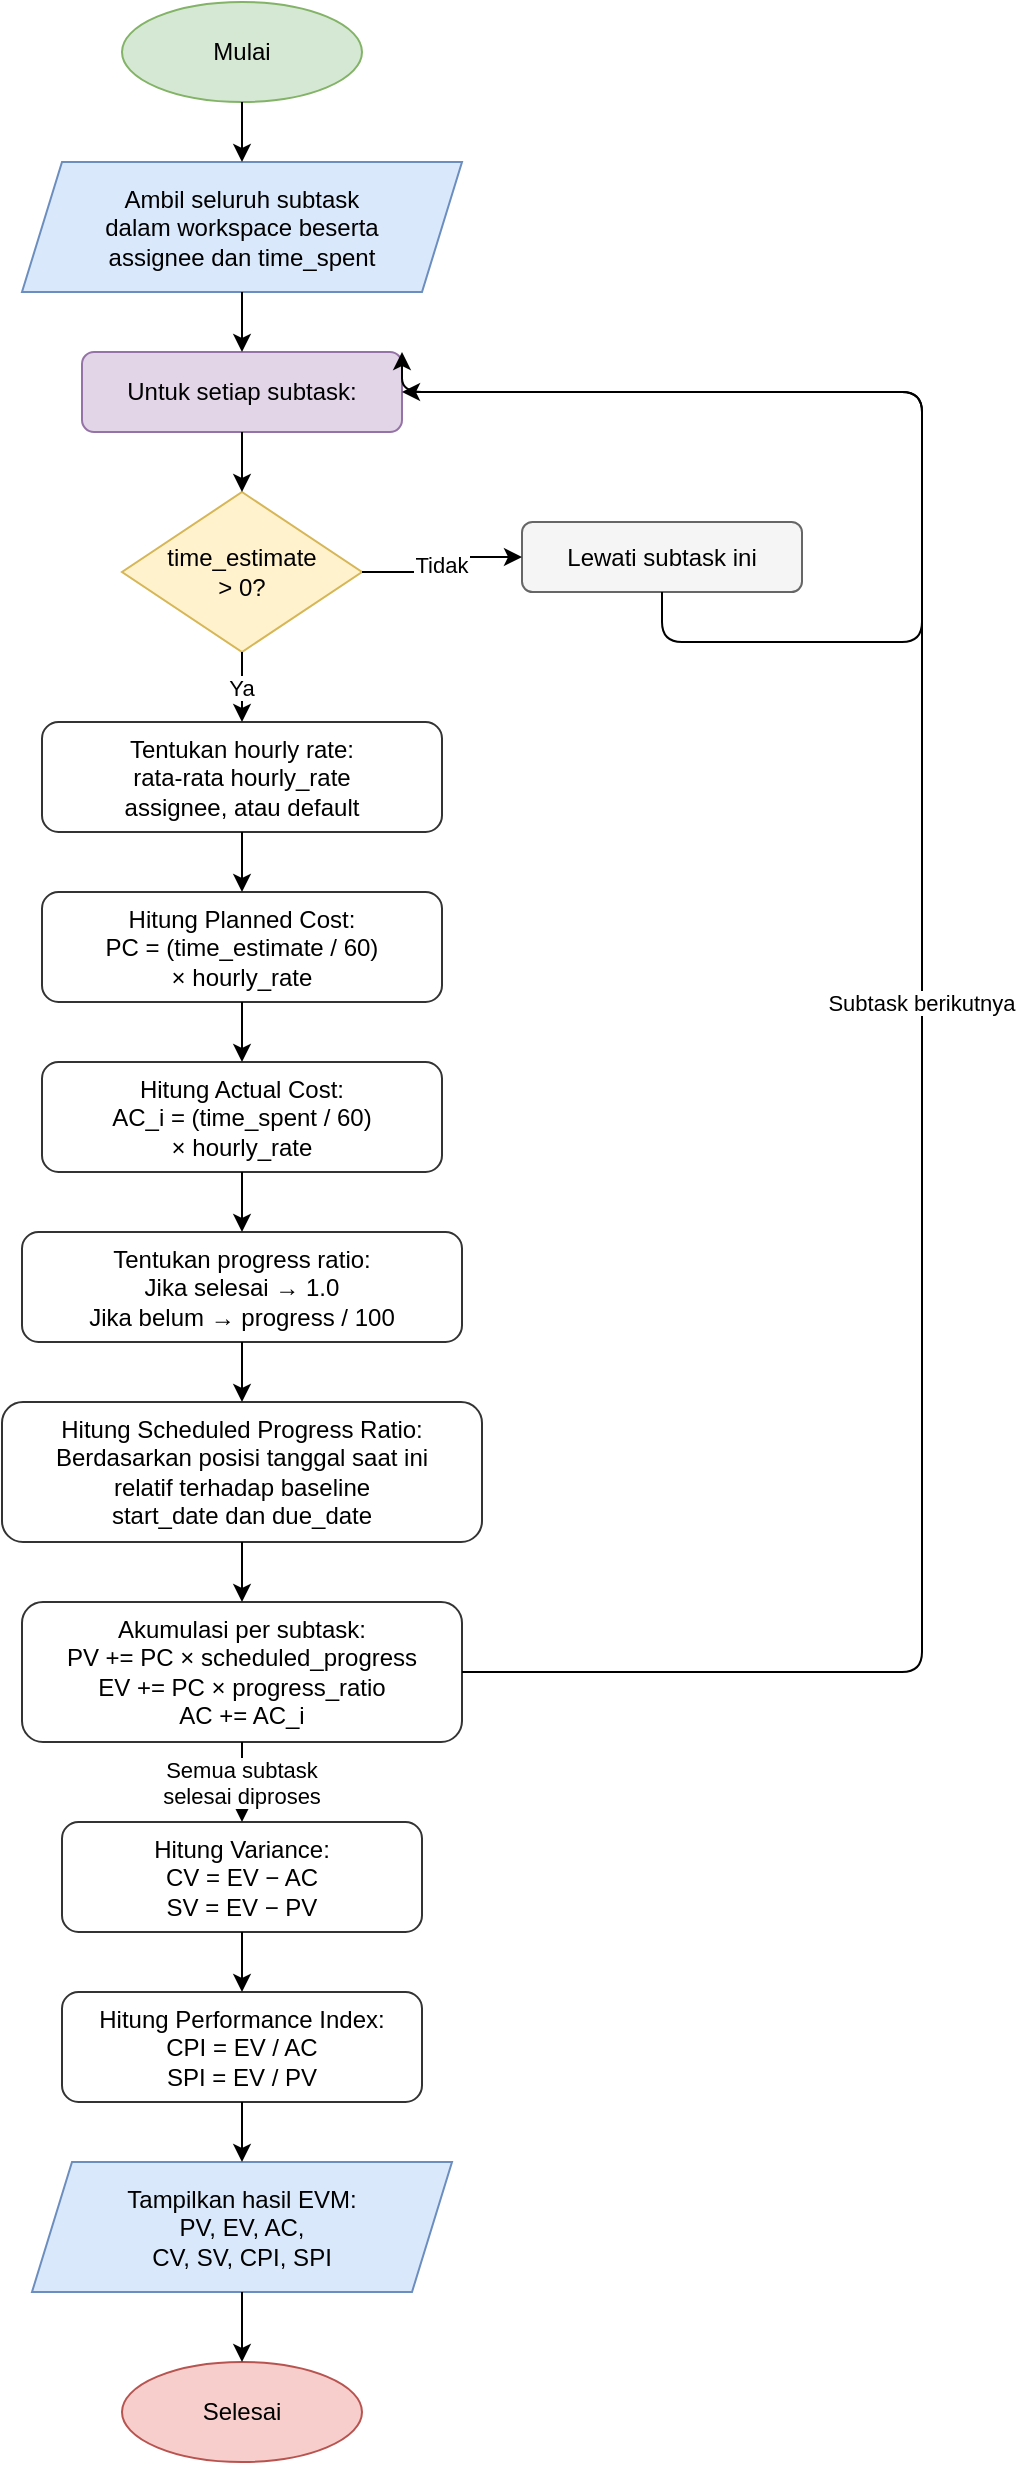
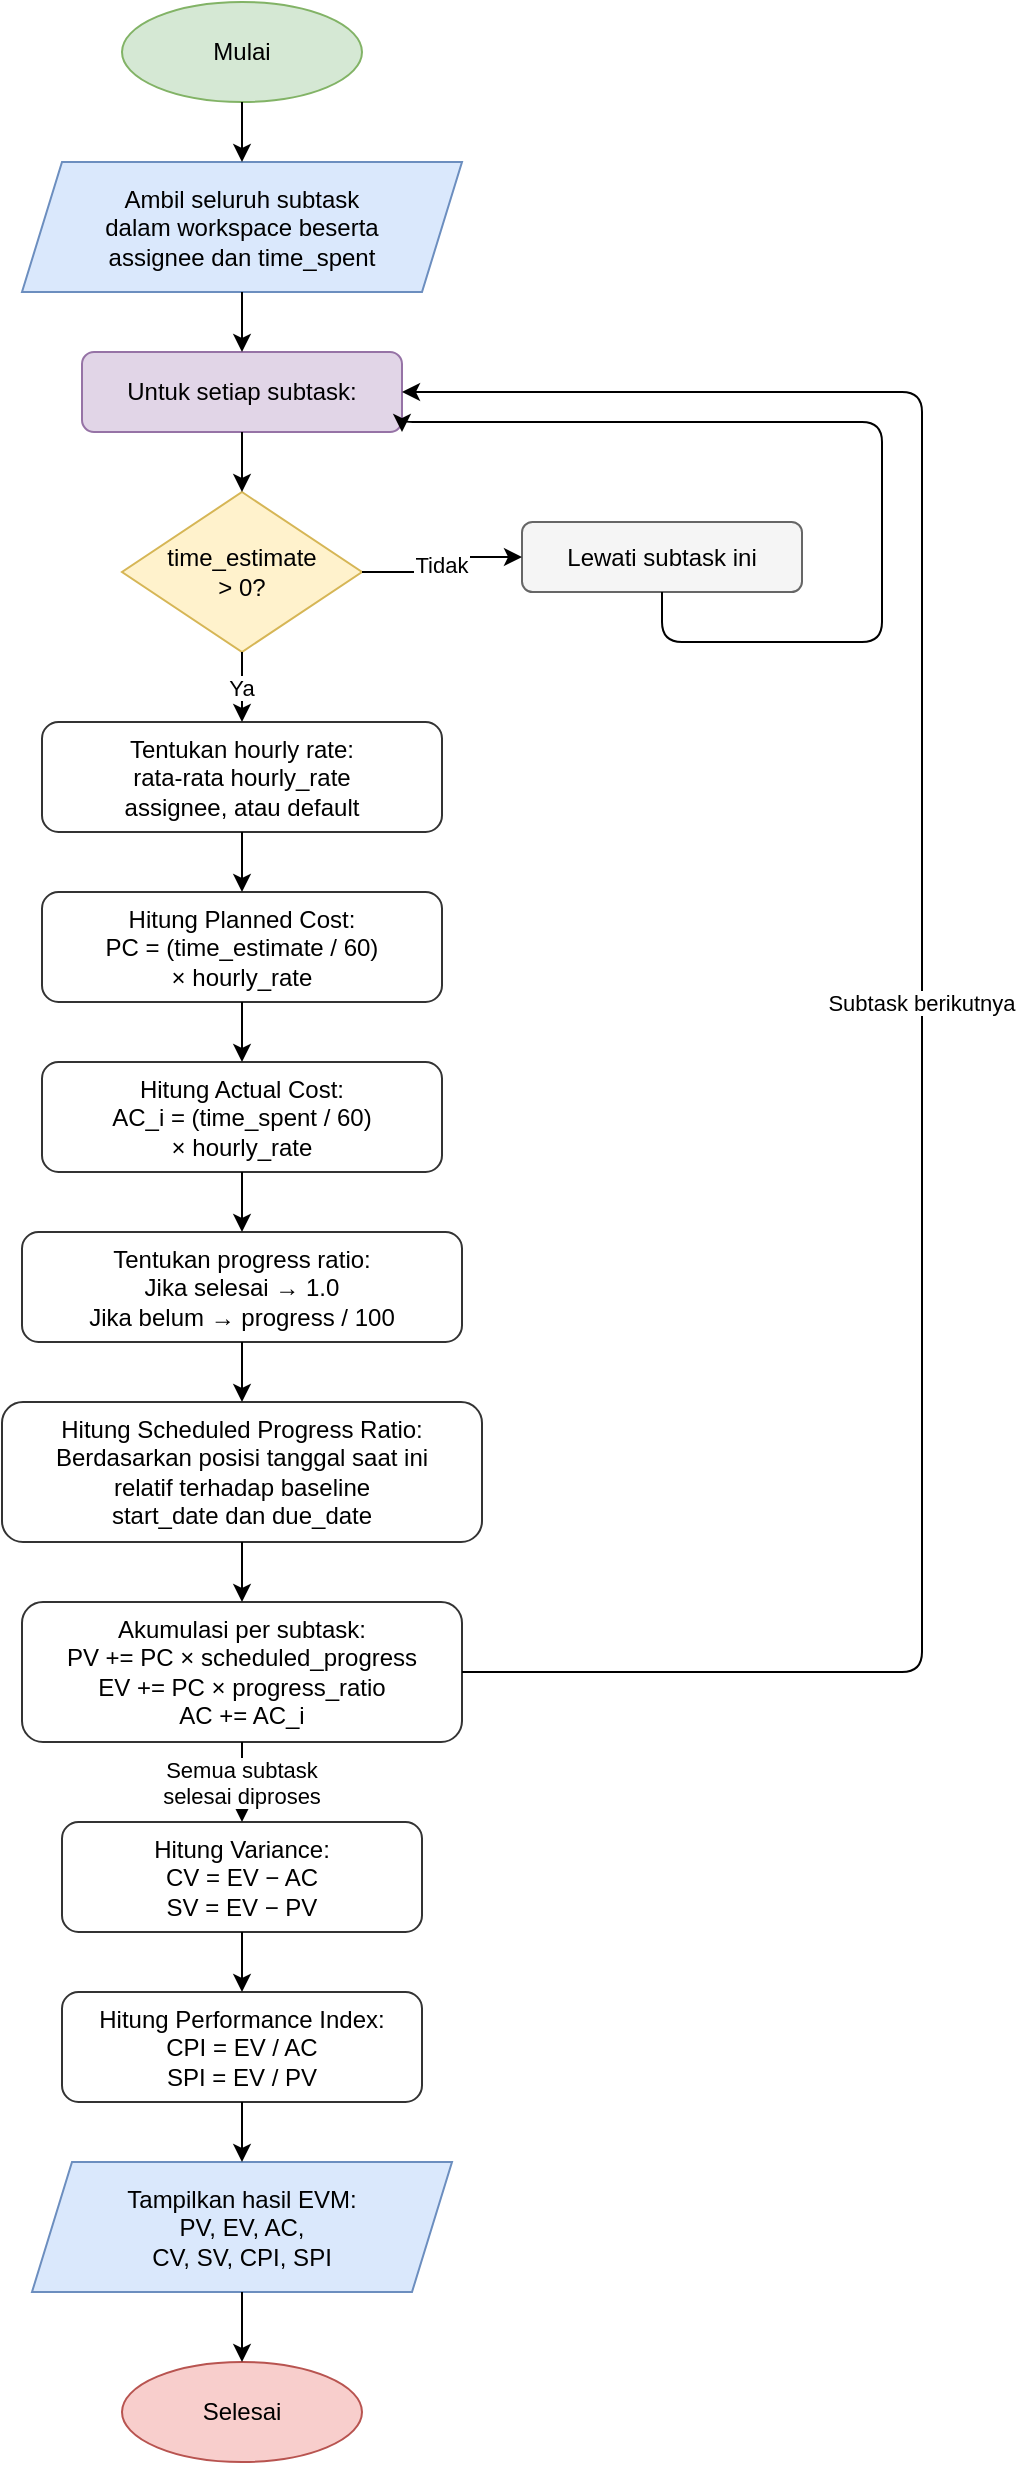
- <mxfile host="app.diagrams.net" modified="2026-05-30T00:00:00.000Z" agent="Kiro" version="24.0.0">
+ <mxfile host="app.diagrams.net" agent="Kiro">
  <diagram id="evm-flowchart" name="Earned Value Management">
-     <mxGraphModel dx="1200" dy="1800" grid="1" gridSize="10" guides="1" tooltips="1" connect="1" arrows="1" fold="1" page="1" pageScale="1" pageWidth="800" pageHeight="1600" math="0" shadow="0">
+     <mxGraphModel dx="1717" dy="1217" grid="0" gridSize="10" guides="1" tooltips="1" connect="1" arrows="1" fold="1" page="1" pageScale="1" pageWidth="800" pageHeight="1600" math="0" shadow="0">
      <root>
        <mxCell id="0" />
        <mxCell id="1" parent="0" />
- 
-         <!-- START -->
-         <mxCell id="s1" value="Mulai" style="ellipse;whiteSpace=wrap;html=1;fillColor=#d5e8d4;strokeColor=#82b366;" vertex="1" parent="1">
-           <mxGeometry x="300" y="20" width="120" height="50" as="geometry" />
+         <mxCell id="s1" parent="1" style="ellipse;whiteSpace=wrap;html=1;fillColor=#d5e8d4;strokeColor=#82b366;" value="Mulai" vertex="1">
+           <mxGeometry height="50" width="120" x="300" y="20" as="geometry" />
        </mxCell>
- 
-         <!-- Input -->
-         <mxCell id="p1" value="Ambil seluruh subtask&#xa;dalam workspace beserta&#xa;assignee dan time_spent" style="shape=parallelogram;perimeter=parallelogramPerimeter;whiteSpace=wrap;html=1;fixedSize=1;fillColor=#dae8fc;strokeColor=#6c8ebf;" vertex="1" parent="1">
-           <mxGeometry x="250" y="100" width="220" height="65" as="geometry" />
+         <mxCell id="p1" parent="1" style="shape=parallelogram;perimeter=parallelogramPerimeter;whiteSpace=wrap;html=1;fixedSize=1;fillColor=#dae8fc;strokeColor=#6c8ebf;" value="Ambil seluruh subtask&#xa;dalam workspace beserta&#xa;assignee dan time_spent" vertex="1">
+           <mxGeometry height="65" width="220" x="250" y="100" as="geometry" />
        </mxCell>
-         <mxCell id="e1" style="edgeStyle=orthogonalEdgeStyle;" edge="1" source="s1" target="p1" parent="1"><mxGeometry relative="1" as="geometry" /></mxCell>
- 
-         <!-- Loop start -->
-         <mxCell id="p_loop" value="Untuk setiap subtask:" style="rounded=1;whiteSpace=wrap;html=1;fillColor=#e1d5e7;strokeColor=#9673a6;" vertex="1" parent="1">
-           <mxGeometry x="280" y="195" width="160" height="40" as="geometry" />
+         <mxCell id="e1" edge="1" parent="1" source="s1" style="edgeStyle=orthogonalEdgeStyle;" target="p1">
+           <mxGeometry relative="1" as="geometry" />
        </mxCell>
-         <mxCell id="e2" style="edgeStyle=orthogonalEdgeStyle;" edge="1" source="p1" target="p_loop" parent="1"><mxGeometry relative="1" as="geometry" /></mxCell>
- 
-         <!-- Decision: has estimate? -->
-         <mxCell id="d1" value="time_estimate&#xa;&gt; 0?" style="rhombus;whiteSpace=wrap;html=1;fillColor=#fff2cc;strokeColor=#d6b656;" vertex="1" parent="1">
-           <mxGeometry x="300" y="265" width="120" height="80" as="geometry" />
+         <mxCell id="p_loop" parent="1" style="rounded=1;whiteSpace=wrap;html=1;fillColor=#e1d5e7;strokeColor=#9673a6;" value="Untuk setiap subtask:" vertex="1">
+           <mxGeometry height="40" width="160" x="280" y="195" as="geometry" />
        </mxCell>
-         <mxCell id="e3" style="edgeStyle=orthogonalEdgeStyle;" edge="1" source="p_loop" target="d1" parent="1"><mxGeometry relative="1" as="geometry" /></mxCell>
- 
-         <!-- Skip -->
-         <mxCell id="p_skip" value="Lewati subtask ini" style="rounded=1;whiteSpace=wrap;html=1;fillColor=#f5f5f5;strokeColor=#666666;" vertex="1" parent="1">
-           <mxGeometry x="500" y="280" width="140" height="35" as="geometry" />
+         <mxCell id="e2" edge="1" parent="1" source="p1" style="edgeStyle=orthogonalEdgeStyle;" target="p_loop">
+           <mxGeometry relative="1" as="geometry" />
        </mxCell>
-         <mxCell id="e4" value="Tidak" style="edgeStyle=orthogonalEdgeStyle;" edge="1" source="d1" target="p_skip" parent="1"><mxGeometry relative="1" as="geometry" /></mxCell>
- 
-         <!-- Hourly rate -->
-         <mxCell id="p2" value="Tentukan hourly rate:&#xa;rata-rata hourly_rate&#xa;assignee, atau default" style="rounded=1;whiteSpace=wrap;html=1;fillColor=#FFFFFF;strokeColor=#333333;" vertex="1" parent="1">
-           <mxGeometry x="260" y="380" width="200" height="55" as="geometry" />
+         <mxCell id="d1" parent="1" style="rhombus;whiteSpace=wrap;html=1;fillColor=#fff2cc;strokeColor=#d6b656;" value="time_estimate&#xa;&gt; 0?" vertex="1">
+           <mxGeometry height="80" width="120" x="300" y="265" as="geometry" />
        </mxCell>
-         <mxCell id="e5" value="Ya" style="edgeStyle=orthogonalEdgeStyle;" edge="1" source="d1" target="p2" parent="1"><mxGeometry relative="1" as="geometry" /></mxCell>
- 
-         <!-- Planned Cost -->
-         <mxCell id="p3" value="Hitung Planned Cost:&#xa;PC = (time_estimate / 60)&#xa;× hourly_rate" style="rounded=1;whiteSpace=wrap;html=1;fillColor=#FFFFFF;strokeColor=#333333;" vertex="1" parent="1">
-           <mxGeometry x="260" y="465" width="200" height="55" as="geometry" />
+         <mxCell id="e3" edge="1" parent="1" source="p_loop" style="edgeStyle=orthogonalEdgeStyle;" target="d1">
+           <mxGeometry relative="1" as="geometry" />
        </mxCell>
-         <mxCell id="e6" style="edgeStyle=orthogonalEdgeStyle;" edge="1" source="p2" target="p3" parent="1"><mxGeometry relative="1" as="geometry" /></mxCell>
- 
-         <!-- Actual Cost -->
-         <mxCell id="p4" value="Hitung Actual Cost:&#xa;AC_i = (time_spent / 60)&#xa;× hourly_rate" style="rounded=1;whiteSpace=wrap;html=1;fillColor=#FFFFFF;strokeColor=#333333;" vertex="1" parent="1">
-           <mxGeometry x="260" y="550" width="200" height="55" as="geometry" />
+         <mxCell id="p_skip" parent="1" style="rounded=1;whiteSpace=wrap;html=1;fillColor=#f5f5f5;strokeColor=#666666;" value="Lewati subtask ini" vertex="1">
+           <mxGeometry height="35" width="140" x="500" y="280" as="geometry" />
        </mxCell>
-         <mxCell id="e7" style="edgeStyle=orthogonalEdgeStyle;" edge="1" source="p3" target="p4" parent="1"><mxGeometry relative="1" as="geometry" /></mxCell>
- 
-         <!-- Progress ratio -->
-         <mxCell id="p5" value="Tentukan progress ratio:&#xa;Jika selesai → 1.0&#xa;Jika belum → progress / 100" style="rounded=1;whiteSpace=wrap;html=1;fillColor=#FFFFFF;strokeColor=#333333;" vertex="1" parent="1">
-           <mxGeometry x="250" y="635" width="220" height="55" as="geometry" />
+         <mxCell id="e4" edge="1" parent="1" source="d1" style="edgeStyle=orthogonalEdgeStyle;" target="p_skip" value="Tidak">
+           <mxGeometry relative="1" as="geometry" />
        </mxCell>
-         <mxCell id="e8" style="edgeStyle=orthogonalEdgeStyle;" edge="1" source="p4" target="p5" parent="1"><mxGeometry relative="1" as="geometry" /></mxCell>
- 
-         <!-- Scheduled progress -->
-         <mxCell id="p6" value="Hitung Scheduled Progress Ratio:&#xa;Berdasarkan posisi tanggal saat ini&#xa;relatif terhadap baseline&#xa;start_date dan due_date" style="rounded=1;whiteSpace=wrap;html=1;fillColor=#FFFFFF;strokeColor=#333333;" vertex="1" parent="1">
-           <mxGeometry x="240" y="720" width="240" height="70" as="geometry" />
+         <mxCell id="p2" parent="1" style="rounded=1;whiteSpace=wrap;html=1;fillColor=#FFFFFF;strokeColor=#333333;" value="Tentukan hourly rate:&#xa;rata-rata hourly_rate&#xa;assignee, atau default" vertex="1">
+           <mxGeometry height="55" width="200" x="260" y="380" as="geometry" />
        </mxCell>
-         <mxCell id="e9" style="edgeStyle=orthogonalEdgeStyle;" edge="1" source="p5" target="p6" parent="1"><mxGeometry relative="1" as="geometry" /></mxCell>
- 
-         <!-- Accumulate PV -->
-         <mxCell id="p7" value="Akumulasi per subtask:&#xa;PV += PC × scheduled_progress&#xa;EV += PC × progress_ratio&#xa;AC += AC_i" style="rounded=1;whiteSpace=wrap;html=1;fillColor=#FFFFFF;strokeColor=#333333;" vertex="1" parent="1">
-           <mxGeometry x="250" y="820" width="220" height="70" as="geometry" />
+         <mxCell id="e5" edge="1" parent="1" source="d1" style="edgeStyle=orthogonalEdgeStyle;" target="p2" value="Ya">
+           <mxGeometry relative="1" as="geometry" />
        </mxCell>
-         <mxCell id="e10" style="edgeStyle=orthogonalEdgeStyle;" edge="1" source="p6" target="p7" parent="1"><mxGeometry relative="1" as="geometry" /></mxCell>
- 
-         <!-- Loop back arrow (visual) -->
-         <mxCell id="e_loop" value="Subtask berikutnya" style="edgeStyle=orthogonalEdgeStyle;exitX=1;exitY=0.5;entryX=1;entryY=0.5;" edge="1" source="p7" target="p_loop" parent="1">
+         <mxCell id="p3" parent="1" style="rounded=1;whiteSpace=wrap;html=1;fillColor=#FFFFFF;strokeColor=#333333;" value="Hitung Planned Cost:&#xa;PC = (time_estimate / 60)&#xa;× hourly_rate" vertex="1">
+           <mxGeometry height="55" width="200" x="260" y="465" as="geometry" />
+         </mxCell>
+         <mxCell id="e6" edge="1" parent="1" source="p2" style="edgeStyle=orthogonalEdgeStyle;" target="p3">
+           <mxGeometry relative="1" as="geometry" />
+         </mxCell>
+         <mxCell id="p4" parent="1" style="rounded=1;whiteSpace=wrap;html=1;fillColor=#FFFFFF;strokeColor=#333333;" value="Hitung Actual Cost:&#xa;AC_i = (time_spent / 60)&#xa;× hourly_rate" vertex="1">
+           <mxGeometry height="55" width="200" x="260" y="550" as="geometry" />
+         </mxCell>
+         <mxCell id="e7" edge="1" parent="1" source="p3" style="edgeStyle=orthogonalEdgeStyle;" target="p4">
+           <mxGeometry relative="1" as="geometry" />
+         </mxCell>
+         <mxCell id="p5" parent="1" style="rounded=1;whiteSpace=wrap;html=1;fillColor=#FFFFFF;strokeColor=#333333;" value="Tentukan progress ratio:&#xa;Jika selesai → 1.0&#xa;Jika belum → progress / 100" vertex="1">
+           <mxGeometry height="55" width="220" x="250" y="635" as="geometry" />
+         </mxCell>
+         <mxCell id="e8" edge="1" parent="1" source="p4" style="edgeStyle=orthogonalEdgeStyle;" target="p5">
+           <mxGeometry relative="1" as="geometry" />
+         </mxCell>
+         <mxCell id="p6" parent="1" style="rounded=1;whiteSpace=wrap;html=1;fillColor=#FFFFFF;strokeColor=#333333;" value="Hitung Scheduled Progress Ratio:&#xa;Berdasarkan posisi tanggal saat ini&#xa;relatif terhadap baseline&#xa;start_date dan due_date" vertex="1">
+           <mxGeometry height="70" width="240" x="240" y="720" as="geometry" />
+         </mxCell>
+         <mxCell id="e9" edge="1" parent="1" source="p5" style="edgeStyle=orthogonalEdgeStyle;" target="p6">
+           <mxGeometry relative="1" as="geometry" />
+         </mxCell>
+         <mxCell id="p7" parent="1" style="rounded=1;whiteSpace=wrap;html=1;fillColor=#FFFFFF;strokeColor=#333333;" value="Akumulasi per subtask:&#xa;PV += PC × scheduled_progress&#xa;EV += PC × progress_ratio&#xa;AC += AC_i" vertex="1">
+           <mxGeometry height="70" width="220" x="250" y="820" as="geometry" />
+         </mxCell>
+         <mxCell id="e10" edge="1" parent="1" source="p6" style="edgeStyle=orthogonalEdgeStyle;" target="p7">
+           <mxGeometry relative="1" as="geometry" />
+         </mxCell>
+         <mxCell id="e_loop" edge="1" parent="1" source="p7" style="edgeStyle=orthogonalEdgeStyle;exitX=1;exitY=0.5;entryX=1;entryY=0.5;" target="p_loop" value="Subtask berikutnya">
          <mxGeometry relative="1" as="geometry">
            <Array as="points">
              <mxPoint x="700" y="855" />
              <mxPoint x="700" y="215" />
            </Array>
          </mxGeometry>
        </mxCell>
- 
-         <!-- Skip loop back -->
-         <mxCell id="e_skip_loop" style="edgeStyle=orthogonalEdgeStyle;exitX=0.5;exitY=1;entryX=1;entryY=0;" edge="1" source="p_skip" target="p_loop" parent="1">
+         <mxCell id="e_skip_loop" edge="1" parent="1" source="p_skip" style="edgeStyle=orthogonalEdgeStyle;exitX=0.5;exitY=1;entryX=1;entryY=1;entryDx=0;entryDy=0;" target="p_loop">
          <mxGeometry relative="1" as="geometry">
            <Array as="points">
              <mxPoint x="570" y="340" />
-               <mxPoint x="700" y="340" />
-               <mxPoint x="700" y="215" />
+               <mxPoint x="680" y="340" />
+               <mxPoint x="680" y="230" />
+               <mxPoint x="440" y="230" />
            </Array>
+             <mxPoint x="440" y="210" as="targetPoint" />
          </mxGeometry>
        </mxCell>
- 
-         <!-- After loop: calculate variances -->
-         <mxCell id="p8" value="Hitung Variance:&#xa;CV = EV − AC&#xa;SV = EV − PV" style="rounded=1;whiteSpace=wrap;html=1;fillColor=#FFFFFF;strokeColor=#333333;" vertex="1" parent="1">
-           <mxGeometry x="270" y="930" width="180" height="55" as="geometry" />
+         <mxCell id="p8" parent="1" style="rounded=1;whiteSpace=wrap;html=1;fillColor=#FFFFFF;strokeColor=#333333;" value="Hitung Variance:&#xa;CV = EV − AC&#xa;SV = EV − PV" vertex="1">
+           <mxGeometry height="55" width="180" x="270" y="930" as="geometry" />
        </mxCell>
-         <mxCell id="e11" value="Semua subtask&#xa;selesai diproses" style="edgeStyle=orthogonalEdgeStyle;exitX=0.5;exitY=1;" edge="1" source="p7" target="p8" parent="1">
+         <mxCell id="e11" edge="1" parent="1" source="p7" style="edgeStyle=orthogonalEdgeStyle;exitX=0.5;exitY=1;" target="p8" value="Semua subtask&#xa;selesai diproses">
          <mxGeometry relative="1" as="geometry" />
        </mxCell>
- 
-         <!-- Calculate indices -->
-         <mxCell id="p9" value="Hitung Performance Index:&#xa;CPI = EV / AC&#xa;SPI = EV / PV" style="rounded=1;whiteSpace=wrap;html=1;fillColor=#FFFFFF;strokeColor=#333333;" vertex="1" parent="1">
-           <mxGeometry x="270" y="1015" width="180" height="55" as="geometry" />
+         <mxCell id="p9" parent="1" style="rounded=1;whiteSpace=wrap;html=1;fillColor=#FFFFFF;strokeColor=#333333;" value="Hitung Performance Index:&#xa;CPI = EV / AC&#xa;SPI = EV / PV" vertex="1">
+           <mxGeometry height="55" width="180" x="270" y="1015" as="geometry" />
        </mxCell>
-         <mxCell id="e12" style="edgeStyle=orthogonalEdgeStyle;" edge="1" source="p8" target="p9" parent="1"><mxGeometry relative="1" as="geometry" /></mxCell>
- 
-         <!-- Output -->
-         <mxCell id="p10" value="Tampilkan hasil EVM:&#xa;PV, EV, AC,&#xa;CV, SV, CPI, SPI" style="shape=parallelogram;perimeter=parallelogramPerimeter;whiteSpace=wrap;html=1;fixedSize=1;fillColor=#dae8fc;strokeColor=#6c8ebf;" vertex="1" parent="1">
-           <mxGeometry x="255" y="1100" width="210" height="65" as="geometry" />
+         <mxCell id="e12" edge="1" parent="1" source="p8" style="edgeStyle=orthogonalEdgeStyle;" target="p9">
+           <mxGeometry relative="1" as="geometry" />
        </mxCell>
-         <mxCell id="e13" style="edgeStyle=orthogonalEdgeStyle;" edge="1" source="p9" target="p10" parent="1"><mxGeometry relative="1" as="geometry" /></mxCell>
- 
-         <!-- END -->
-         <mxCell id="end1" value="Selesai" style="ellipse;whiteSpace=wrap;html=1;fillColor=#f8cecc;strokeColor=#b85450;" vertex="1" parent="1">
-           <mxGeometry x="300" y="1200" width="120" height="50" as="geometry" />
+         <mxCell id="p10" parent="1" style="shape=parallelogram;perimeter=parallelogramPerimeter;whiteSpace=wrap;html=1;fixedSize=1;fillColor=#dae8fc;strokeColor=#6c8ebf;" value="Tampilkan hasil EVM:&#xa;PV, EV, AC,&#xa;CV, SV, CPI, SPI" vertex="1">
+           <mxGeometry height="65" width="210" x="255" y="1100" as="geometry" />
        </mxCell>
-         <mxCell id="e14" style="edgeStyle=orthogonalEdgeStyle;" edge="1" source="p10" target="end1" parent="1"><mxGeometry relative="1" as="geometry" /></mxCell>
- 
+         <mxCell id="e13" edge="1" parent="1" source="p9" style="edgeStyle=orthogonalEdgeStyle;" target="p10">
+           <mxGeometry relative="1" as="geometry" />
+         </mxCell>
+         <mxCell id="end1" parent="1" style="ellipse;whiteSpace=wrap;html=1;fillColor=#f8cecc;strokeColor=#b85450;" value="Selesai" vertex="1">
+           <mxGeometry height="50" width="120" x="300" y="1200" as="geometry" />
+         </mxCell>
+         <mxCell id="e14" edge="1" parent="1" source="p10" style="edgeStyle=orthogonalEdgeStyle;" target="end1">
+           <mxGeometry relative="1" as="geometry" />
+         </mxCell>
      </root>
    </mxGraphModel>
  </diagram>
</mxfile>
